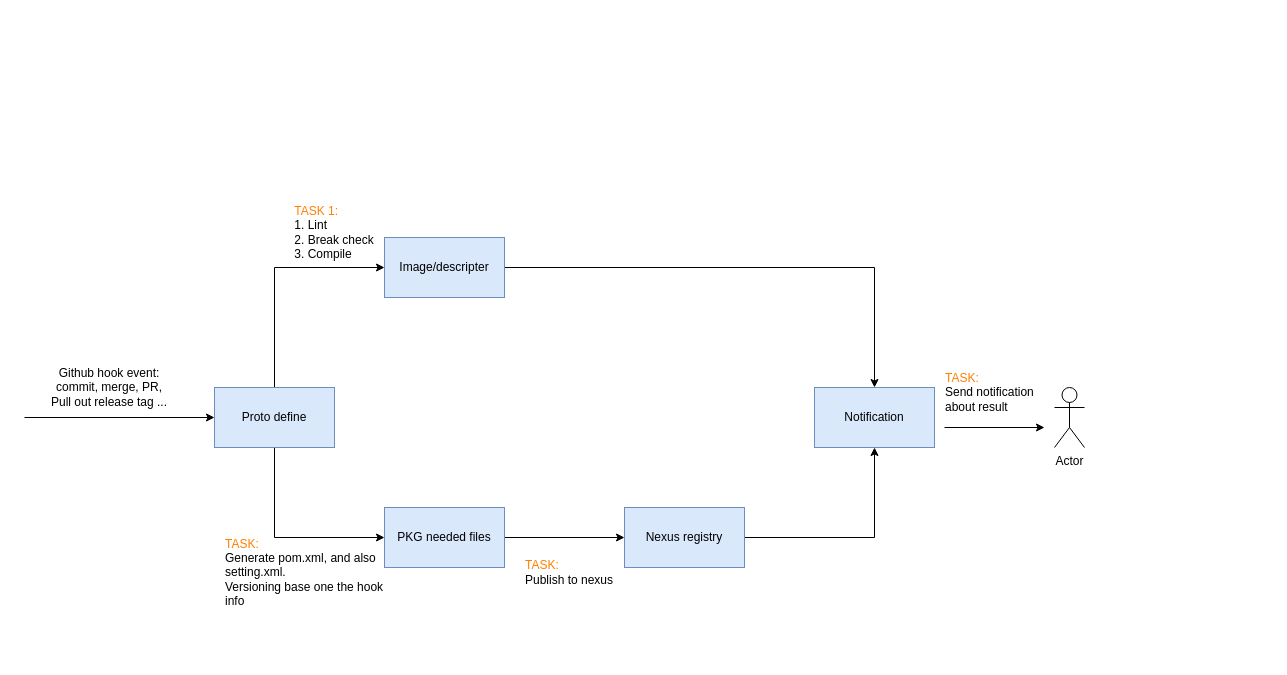
Earlier version of the draw.io diagram page "jar pkg" (2 of 3) of HP/API_pipeline.drawio (zhangwm1987/mydraw_io). Source tidied: cells renumbered, new cells numbered last; positions are measured from the earlier drawing's top-left corner, leaving out a move shared by most shapes. Both pictures are drawn from the tidied source at 100%, with x=0, y=0 at pixel (24, 187).
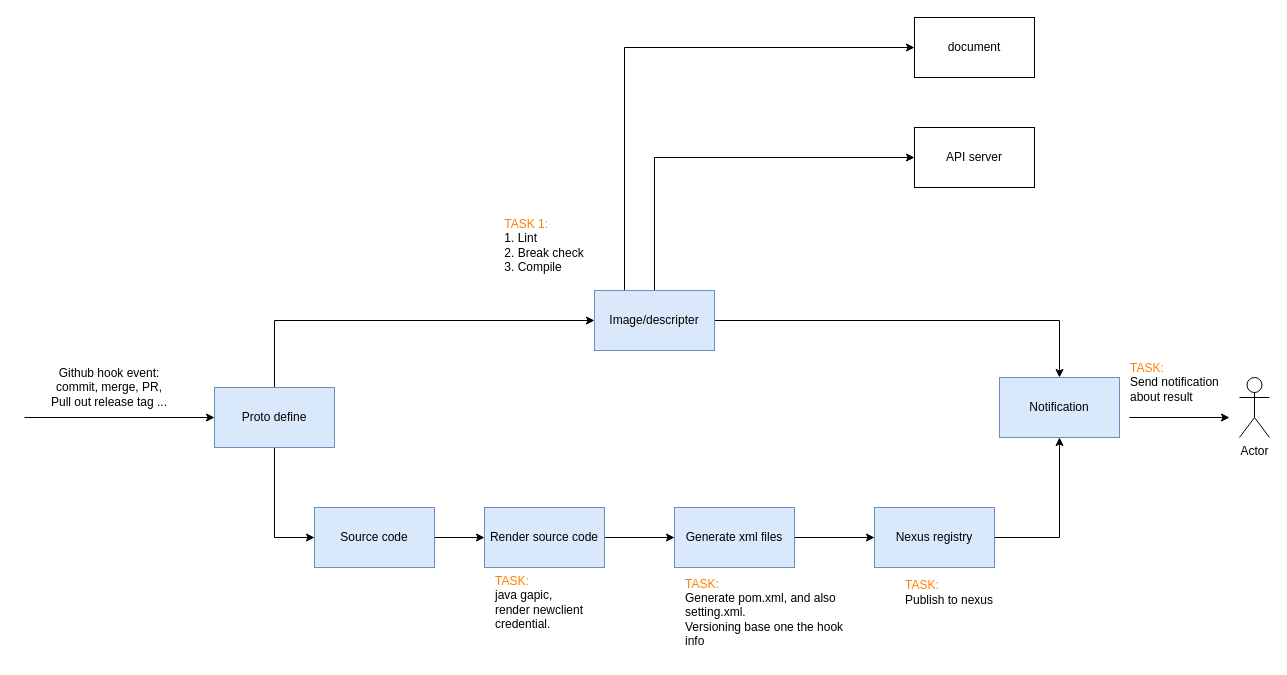
The same diagram, later.

What changed in the source:
```diff
@@
+    <mxCell id="20" style="edgeStyle=orthogonalEdgeStyle;rounded=0;jettySize=auto;html=1;exitX=0.5;exitY=0;exitDx=0;exitDy=0;entryX=0;entryY=0.5;entryDx=0;entryDy=0;" parent="1" edge="1" source="8" target="28">
+      <mxGeometry relative="1" as="geometry" />
+    </mxCell>
+    <mxCell id="21" style="edgeStyle=orthogonalEdgeStyle;rounded=0;jettySize=auto;html=1;exitX=0.25;exitY=0;exitDx=0;exitDy=0;entryX=0;entryY=0.5;entryDx=0;entryDy=0;" parent="1" edge="1" source="8" target="29">
+      <mxGeometry relative="1" as="geometry" />
+    </mxCell>
     <mxCell id="8" value="Image/descripter" style="rounded=0;whiteSpace=wrap;html=1;fillColor=#dae8fc;strokeColor=#6c8ebf;" parent="1" vertex="1">
-      <mxGeometry x="360" y="50" width="120" height="60" as="geometry" />
+      <mxGeometry x="570" y="103" width="120" height="60" as="geometry" />
     </mxCell>
     <mxCell id="9" value="&lt;div style=&quot;text-align: left&quot;&gt;&lt;font color=&quot;#ff8000&quot;&gt;TASK 1:&lt;/font&gt;&lt;/div&gt;&lt;div style=&quot;text-align: left&quot;&gt;&lt;span&gt;1. Lint&lt;/span&gt;&lt;/div&gt;&lt;div style=&quot;text-align: left&quot;&gt;&lt;span&gt;2. Break check&lt;/span&gt;&lt;/div&gt;&lt;div style=&quot;text-align: left&quot;&gt;&lt;span&gt;3. Compile&lt;/span&gt;&lt;/div&gt;" style="text;html=1;strokeColor=none;fillColor=none;align=center;verticalAlign=middle;whiteSpace=wrap;rounded=0;" parent="1" vertex="1">
-      <mxGeometry x="250" width="120" height="90" as="geometry" />
+      <mxGeometry x="460" y="13" width="120" height="90" as="geometry" />
     </mxCell>
-    <mxCell id="10" style="edgeStyle=orthogonalEdgeStyle;rounded=0;jettySize=auto;html=1;exitX=1;exitY=0.5;exitDx=0;exitDy=0;entryX=0;entryY=0.5;entryDx=0;entryDy=0;" parent="1" edge="1" source="11" target="14">
-      <mxGeometry relative="1" as="geometry" />
-    </mxCell>
+    <mxCell id="22" style="edgeStyle=orthogonalEdgeStyle;rounded=0;jettySize=auto;html=1;exitX=1;exitY=0.5;exitDx=0;exitDy=0;" parent="1" edge="1" source="11" target="24">
+      <mxGeometry relative="1" as="geometry" />
+    </mxCell>
-    <mxCell id="11" value="PKG needed files" style="rounded=0;whiteSpace=wrap;html=1;fillColor=#dae8fc;strokeColor=#6c8ebf;" parent="1" vertex="1">
-      <mxGeometry x="360" y="320" width="120" height="60" as="geometry" />
+    <mxCell id="11" value="Source code" style="rounded=0;whiteSpace=wrap;html=1;fillColor=#dae8fc;strokeColor=#6c8ebf;" parent="1" vertex="1">
+      <mxGeometry x="290" y="320" width="120" height="60" as="geometry" />
     </mxCell>
     <mxCell id="12" value="&lt;div style=&quot;text-align: left&quot;&gt;&lt;font color=&quot;#ff8000&quot;&gt;TASK:&lt;/font&gt;&lt;/div&gt;&lt;div style=&quot;text-align: left&quot;&gt;Generate pom.xml, and also&lt;/div&gt;&lt;div style=&quot;text-align: left&quot;&gt;setting.xml.&lt;/div&gt;&lt;div style=&quot;text-align: left&quot;&gt;Versioning base one the hook info&lt;/div&gt;" style="text;html=1;strokeColor=none;fillColor=none;align=center;verticalAlign=middle;whiteSpace=wrap;rounded=0;" parent="1" vertex="1">
-      <mxGeometry x="200" y="340" width="170" height="90" as="geometry" />
+      <mxGeometry x="660" y="380" width="170" height="90" as="geometry" />
     </mxCell>
@@
     <mxCell id="14" value="Nexus registry" style="rounded=0;whiteSpace=wrap;html=1;fillColor=#dae8fc;strokeColor=#6c8ebf;" parent="1" vertex="1">
-      <mxGeometry x="600" y="320" width="120" height="60" as="geometry" />
+      <mxGeometry x="850" y="320" width="120" height="60" as="geometry" />
     </mxCell>
     <mxCell id="15" value="&lt;div style=&quot;text-align: left&quot;&gt;&lt;font color=&quot;#ff8000&quot;&gt;TASK:&lt;/font&gt;&lt;/div&gt;&lt;div style=&quot;text-align: left&quot;&gt;Publish to nexus&lt;/div&gt;" style="text;html=1;strokeColor=none;fillColor=none;align=center;verticalAlign=middle;whiteSpace=wrap;rounded=0;" parent="1" vertex="1">
-      <mxGeometry x="460" y="370" width="170" height="30" as="geometry" />
+      <mxGeometry x="840" y="390" width="170" height="30" as="geometry" />
     </mxCell>
     <mxCell id="16" value="Notification" style="rounded=0;whiteSpace=wrap;html=1;fillColor=#dae8fc;strokeColor=#6c8ebf;" parent="1" vertex="1">
-      <mxGeometry x="790" y="200" width="120" height="60" as="geometry" />
+      <mxGeometry x="975" y="190" width="120" height="60" as="geometry" />
     </mxCell>
     <mxCell id="17" value="&lt;div style=&quot;text-align: left&quot;&gt;&lt;font color=&quot;#ff8000&quot;&gt;TASK:&lt;/font&gt;&lt;/div&gt;&lt;div style=&quot;text-align: left&quot;&gt;Send notification about result&lt;/div&gt;" style="text;html=1;strokeColor=none;fillColor=none;align=center;verticalAlign=middle;whiteSpace=wrap;rounded=0;" parent="1" vertex="1">
-      <mxGeometry x="920" y="190" width="120" height="30" as="geometry" />
+      <mxGeometry x="1105" y="180" width="120" height="30" as="geometry" />
     </mxCell>
     <mxCell id="18" value="Actor" style="shape=umlActor;verticalLabelPosition=bottom;verticalAlign=top;html=1;" parent="1" vertex="1">
-      <mxGeometry x="1030" y="200" width="30" height="60" as="geometry" />
+      <mxGeometry x="1215" y="190" width="30" height="60" as="geometry" />
     </mxCell>
     <mxCell id="19" style="endArrow=classic;html=1;" parent="1" edge="1">
       <mxGeometry relative="1" as="geometry">
-        <mxPoint x="920" y="240" as="sourcePoint" />
-        <mxPoint x="1020" y="240" as="targetPoint" />
+        <mxPoint x="1105" y="230" as="sourcePoint" />
+        <mxPoint x="1205" y="230" as="targetPoint" />
       </mxGeometry>
     </mxCell>
+    <mxCell id="23" style="edgeStyle=orthogonalEdgeStyle;rounded=0;jettySize=auto;html=1;exitX=1;exitY=0.5;exitDx=0;exitDy=0;entryX=0;entryY=0.5;entryDx=0;entryDy=0;" parent="1" edge="1" source="24" target="27">
+      <mxGeometry relative="1" as="geometry" />
+    </mxCell>
+    <mxCell id="24" value="Render source code" style="rounded=0;whiteSpace=wrap;html=1;fillColor=#dae8fc;strokeColor=#6c8ebf;" parent="1" vertex="1">
+      <mxGeometry x="460" y="320" width="120" height="60" as="geometry" />
+    </mxCell>
+    <mxCell id="25" value="&lt;div style=&quot;text-align: left&quot;&gt;&lt;font color=&quot;#ff8000&quot;&gt;TASK:&lt;/font&gt;&lt;/div&gt;&lt;div style=&quot;text-align: left&quot;&gt;java gapic,&amp;nbsp;&lt;/div&gt;&lt;div style=&quot;text-align: left&quot;&gt;render newclient credential.&lt;/div&gt;" style="text;html=1;strokeColor=none;fillColor=none;align=center;verticalAlign=middle;whiteSpace=wrap;rounded=0;" parent="1" vertex="1">
+      <mxGeometry x="470" y="380" width="110" height="70" as="geometry" />
+    </mxCell>
+    <mxCell id="26" style="edgeStyle=orthogonalEdgeStyle;rounded=0;jettySize=auto;html=1;exitX=1;exitY=0.5;exitDx=0;exitDy=0;entryX=0;entryY=0.5;entryDx=0;entryDy=0;" parent="1" edge="1" source="27" target="14">
+      <mxGeometry relative="1" as="geometry" />
+    </mxCell>
+    <mxCell id="27" value="Generate xml files" style="rounded=0;whiteSpace=wrap;html=1;fillColor=#dae8fc;strokeColor=#6c8ebf;" parent="1" vertex="1">
+      <mxGeometry x="650" y="320" width="120" height="60" as="geometry" />
+    </mxCell>
+    <mxCell id="28" value="API server" style="rounded=0;whiteSpace=wrap;html=1;" parent="1" vertex="1">
+      <mxGeometry x="890" y="-60" width="120" height="60" as="geometry" />
+    </mxCell>
+    <mxCell id="29" value="document" style="rounded=0;whiteSpace=wrap;html=1;" parent="1" vertex="1">
+      <mxGeometry x="890" y="-170" width="120" height="60" as="geometry" />
+    </mxCell>
```
